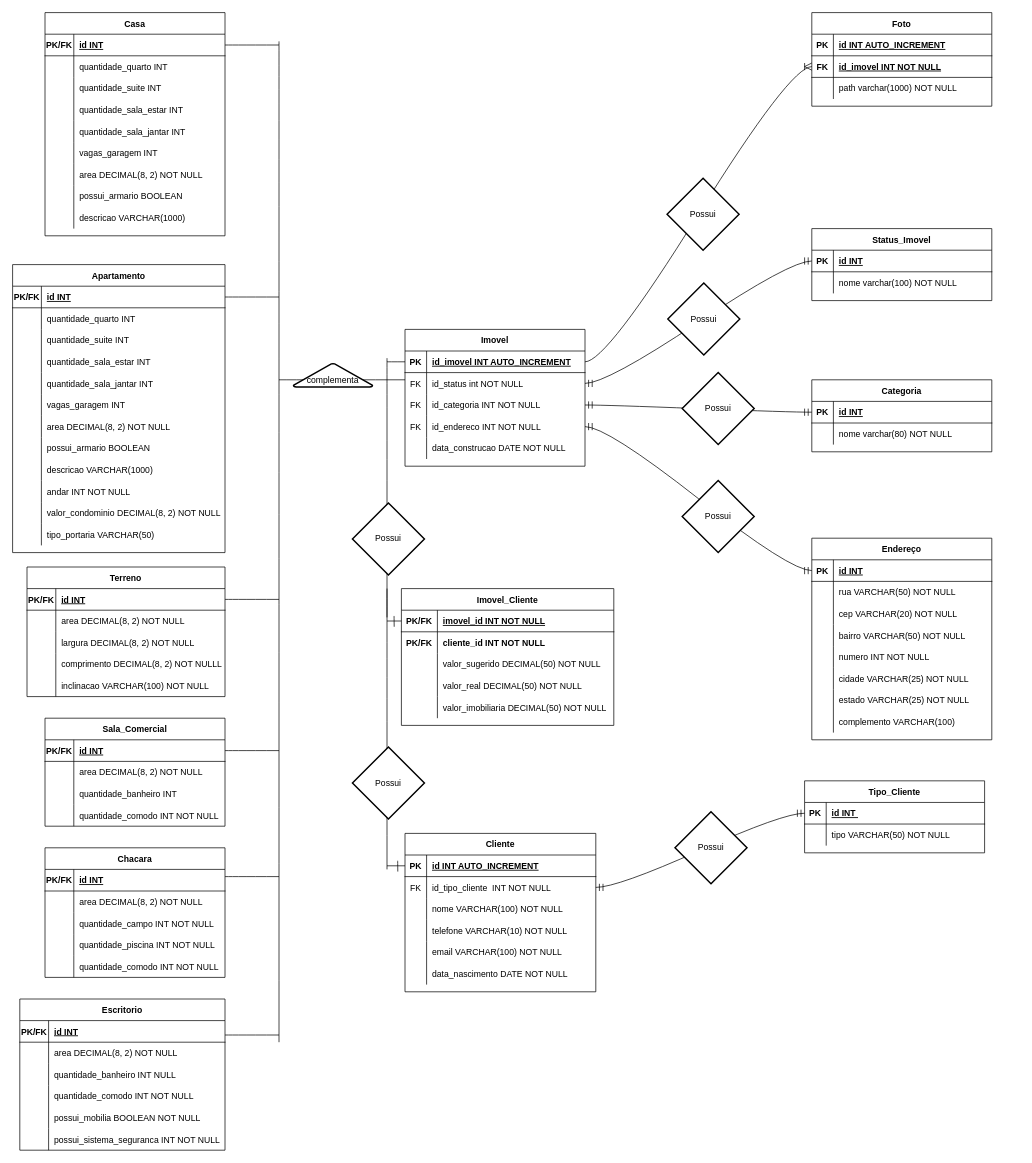
The draw.io diagram TrabalhoBD.drawio in PedroFeitoza/DiagramaBD, before the edit. Source tidied: cells renumbered, new cells numbered last; positions are measured from the earlier drawing's top-left corner, leaving out a move shared by most shapes. Both pictures are drawn from the tidied source at 72%, with x=0, y=0 at pixel (12, 12).
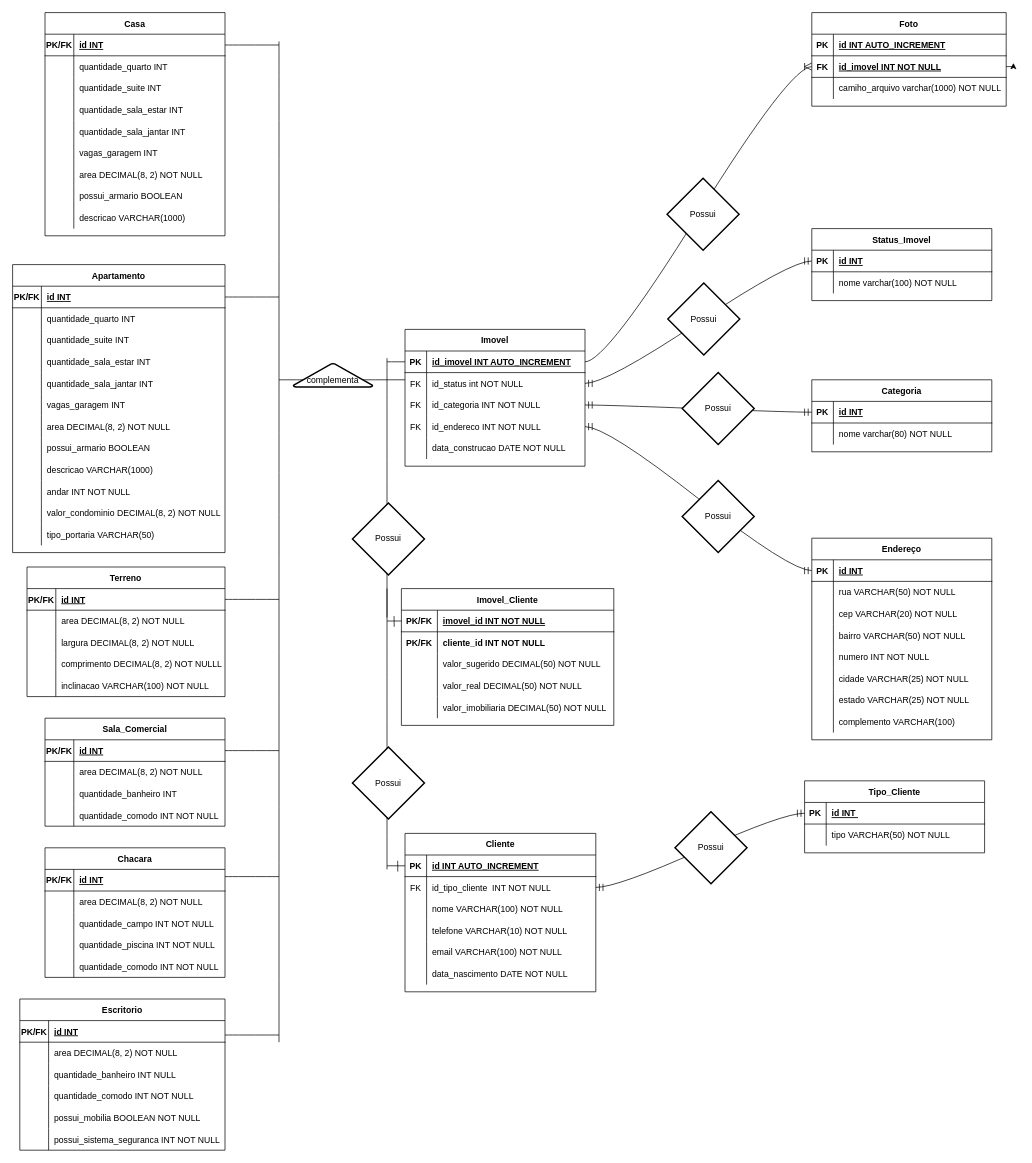
Above is the later version.

Diff of the diagram source:
```diff
@@
     <mxCell id="25" value="Foto" style="shape=table;startSize=30;childLayout=tableLayout;rowLines=0;fontStyle=1;align=center;" parent="1" vertex="1">
-      <mxGeometry x="1110" width="250" height="130" as="geometry" />
+      <mxGeometry x="1110" width="270" height="130" as="geometry" />
     </mxCell>
     <mxCell id="26" style="shape=partialRectangle;fillColor=none;top=0;left=0;right=0;bottom=1;" parent="25" vertex="1">
-      <mxGeometry y="30" width="250" height="30" as="geometry" />
+      <mxGeometry y="30" width="270" height="30" as="geometry" />
     </mxCell>
@@
     <mxCell id="28" value="id INT AUTO_INCREMENT" style="shape=partialRectangle;overflow=hidden;fillColor=none;top=0;left=0;bottom=0;right=0;align=left;spacingLeft=6;fontStyle=5;" parent="26" vertex="1">
-      <mxGeometry x="30" width="220" height="30" as="geometry" />
+      <mxGeometry x="30" width="240" height="30" as="geometry" />
     </mxCell>
     <mxCell id="29" style="shape=partialRectangle;fillColor=none;points=[[0,0.5],[1,0.5]];portConstraint=eastwest;top=0;left=0;right=0;bottom=1;" parent="25" vertex="1">
-      <mxGeometry y="60" width="250" height="30" as="geometry" />
+      <mxGeometry y="60" width="270" height="30" as="geometry" />
     </mxCell>
@@
     <mxCell id="31" value="id_imovel INT NOT NULL" style="shape=partialRectangle;overflow=hidden;fillColor=none;top=0;left=0;bottom=0;right=0;align=left;spacingLeft=6;fontStyle=5;" parent="29" vertex="1">
-      <mxGeometry x="30" width="220" height="30" as="geometry" />
+      <mxGeometry x="30" width="240" height="30" as="geometry" />
     </mxCell>
     <mxCell id="32" style="shape=partialRectangle;fillColor=none;top=0;left=0;right=0;bottom=0;" parent="25" vertex="1">
-      <mxGeometry y="90" width="250" height="30" as="geometry" />
+      <mxGeometry y="90" width="270" height="30" as="geometry" />
     </mxCell>
@@
-    <mxCell id="34" value="path varchar(1000) NOT NULL" style="shape=partialRectangle;overflow=hidden;fillColor=none;top=0;left=0;bottom=0;right=0;align=left;spacingLeft=6;" parent="32" vertex="1">
-      <mxGeometry x="30" width="220" height="30" as="geometry" />
+    <mxCell id="34" value="camiho_arquivo varchar(1000) NOT NULL" style="shape=partialRectangle;overflow=hidden;fillColor=none;top=0;left=0;bottom=0;right=0;align=left;spacingLeft=6;" parent="32" vertex="1">
+      <mxGeometry x="30" width="240" height="30" as="geometry" />
     </mxCell>
@@
+    <mxCell id="267" style="edgeStyle=orthogonalEdgeStyle;rounded=0;jettySize=auto;html=1;exitX=1;exitY=0.5;exitDx=0;exitDy=0;" parent="1" edge="1" source="29">
+      <mxGeometry relative="1" as="geometry">
+        <mxPoint x="1390" y="70" as="targetPoint" />
+      </mxGeometry>
+    </mxCell>
```
